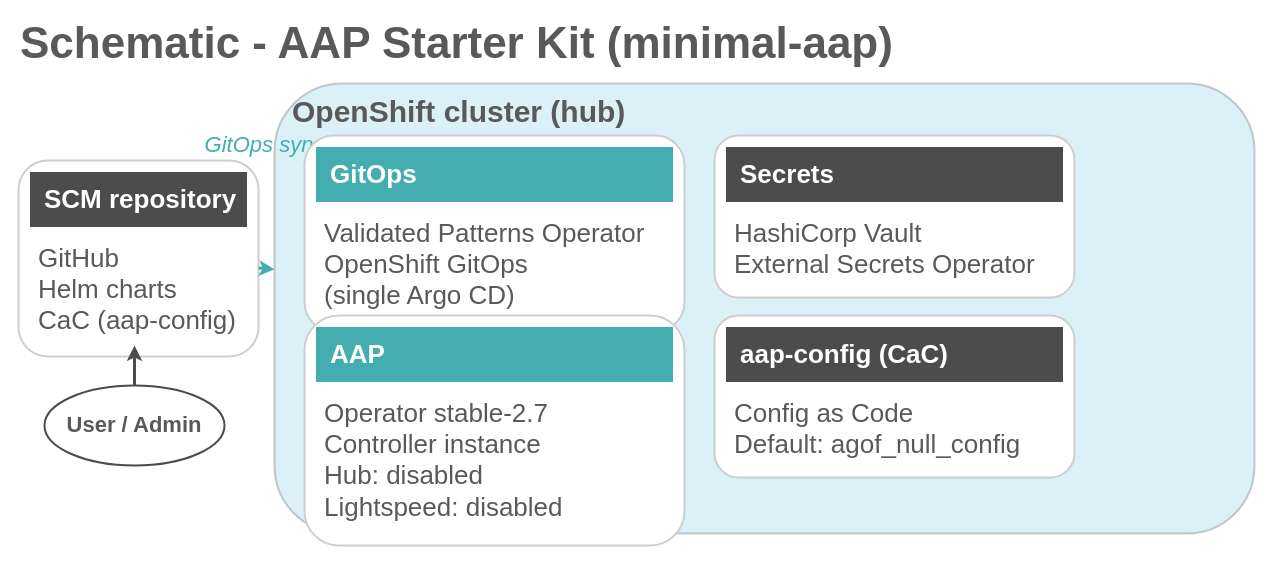
validatedpatterns/docs keeps this draw.io diagram as static/images/aap-starter-kit/aap-architecture-minimal-aap.drawio. Above is the earlier version. Source tidied: cells renumbered, new cells numbered last; positions are measured from the earlier drawing's top-left corner, leaving out a move shared by most shapes. Both pictures are drawn from the tidied source at 100%, with x=0, y=0 at pixel (18, 21).
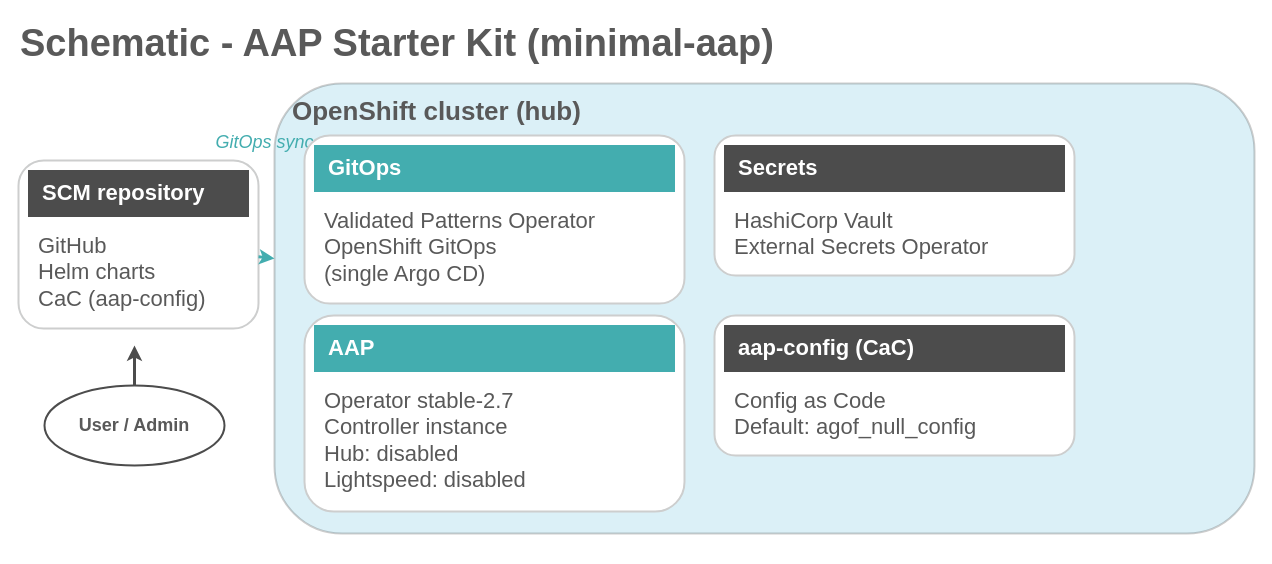
The same diagram, later.

Commit message (it also covers changes not shown here):
Regenerate architecture diagrams

Diff of the diagram source:
```diff
@@
-    <mxCell id="2" value="&lt;b&gt;Schematic - AAP Starter Kit (minimal-aap)&lt;/b&gt;" style="text;html=1;strokeColor=none;fillColor=none;align=left;verticalAlign=middle;fontFamily=Red Hat Text;fontSize=44;fontColor=#595959;fontStyle=1;" parent="1" vertex="1">
+    <mxCell id="2" value="&lt;b&gt;Schematic - AAP Starter Kit (minimal-aap)&lt;/b&gt;" style="text;html=1;strokeColor=none;fillColor=none;align=left;verticalAlign=middle;fontFamily=Red Hat Text;fontSize=38;fontColor=#595959;fontStyle=1;" parent="1" vertex="1">
       <mxGeometry width="1200" height="44" as="geometry" />
     </mxCell>
@@
-    <mxCell id="4" value="&lt;b&gt;OpenShift cluster (hub)&lt;/b&gt;" style="text;html=1;strokeColor=none;fillColor=none;align=left;verticalAlign=middle;fontFamily=Red Hat Text;fontSize=30;fontColor=#595959;fontStyle=1;" parent="1" vertex="1">
+    <mxCell id="4" value="&lt;b&gt;OpenShift cluster (hub)&lt;/b&gt;" style="text;html=1;strokeColor=none;fillColor=none;align=left;verticalAlign=middle;fontFamily=Red Hat Text;fontSize=26;fontColor=#595959;fontStyle=1;" parent="1" vertex="1">
       <mxGeometry x="272" y="72" width="480" height="36" as="geometry" />
     </mxCell>
     <mxCell id="5" style="rounded=1;whiteSpace=wrap;html=1;fillColor=#FFFFFF;strokeColor=#CDCECE;strokeWidth=2;shadow=0;" parent="1" vertex="1">
-      <mxGeometry y="139" width="240" height="196" as="geometry" />
+      <mxGeometry y="139" width="240" height="168" as="geometry" />
     </mxCell>
-    <mxCell id="6" value="&lt;b&gt;SCM repository&lt;/b&gt;" style="rounded=0;whiteSpace=wrap;html=1;fillColor=#4C4C4C;strokeColor=#4C4C4C;fontColor=#FFFFFF;fontFamily=Red Hat Text;fontSize=26;align=left;spacingLeft=12;verticalAlign=middle;fontStyle=1;" parent="1" vertex="1">
-      <mxGeometry x="12" y="151" width="216" height="54" as="geometry" />
+    <mxCell id="6" value="&lt;b&gt;SCM repository&lt;/b&gt;" style="rounded=0;whiteSpace=wrap;html=1;fillColor=#4C4C4C;strokeColor=#4C4C4C;fontColor=#FFFFFF;fontFamily=Red Hat Text;fontSize=22;align=left;spacingLeft=12;verticalAlign=middle;fontStyle=1;" parent="1" vertex="1">
+      <mxGeometry x="10" y="149" width="220" height="46" as="geometry" />
     </mxCell>
-    <mxCell id="7" value="GitHub&#10;Helm charts&#10;CaC (aap-config)" style="text;html=1;strokeColor=none;fillColor=none;align=left;verticalAlign=top;whiteSpace=wrap;rounded=0;fontFamily=Red Hat Text;fontSize=26;fontColor=#595959;spacingLeft=4;spacingTop=2;" parent="1" vertex="1">
-      <mxGeometry x="14" y="213" width="212" height="114" as="geometry" />
+    <mxCell id="7" value="GitHub&#10;Helm charts&#10;CaC (aap-config)" style="text;html=1;strokeColor=none;fillColor=none;align=left;verticalAlign=top;whiteSpace=wrap;rounded=0;fontFamily=Red Hat Text;fontSize=22;fontColor=#595959;spacingLeft=4;spacingTop=2;" parent="1" vertex="1">
+      <mxGeometry x="14" y="203" width="212" height="96" as="geometry" />
     </mxCell>
-    <mxCell id="8" value="User / Admin" style="shape=ellipse;whiteSpace=wrap;html=1;fillColor=#FFFFFF;strokeColor=#4C4C4C;strokeWidth=2;fontFamily=Red Hat Text;fontSize=22;fontColor=#595959;fontStyle=1;" parent="1" vertex="1">
+    <mxCell id="8" value="User / Admin" style="shape=ellipse;whiteSpace=wrap;html=1;fillColor=#FFFFFF;strokeColor=#4C4C4C;strokeWidth=2;fontFamily=Red Hat Text;fontSize=18;fontColor=#595959;fontStyle=1;" parent="1" vertex="1">
       <mxGeometry x="26" y="364" width="180" height="80" as="geometry" />
     </mxCell>
@@
-    <mxCell id="11" value="GitOps sync" style="text;html=1;strokeColor=none;fillColor=none;align=center;fontFamily=Red Hat Text;fontSize=22;fontColor=#43ADAF;fontStyle=2;" parent="1" vertex="1">
+    <mxCell id="11" value="GitOps sync" style="text;html=1;strokeColor=none;fillColor=none;align=center;fontFamily=Red Hat Text;fontSize=18;fontColor=#43ADAF;fontStyle=2;" parent="1" vertex="1">
       <mxGeometry x="176" y="104" width="140" height="30" as="geometry" />
     </mxCell>
     <mxCell id="12" style="rounded=1;whiteSpace=wrap;html=1;fillColor=#FFFFFF;strokeColor=#CDCECE;strokeWidth=2;shadow=0;" parent="1" vertex="1">
-      <mxGeometry x="286" y="114" width="380" height="196" as="geometry" />
+      <mxGeometry x="286" y="114" width="380" height="168" as="geometry" />
     </mxCell>
-    <mxCell id="13" value="&lt;b&gt;GitOps&lt;/b&gt;" style="rounded=0;whiteSpace=wrap;html=1;fillColor=#43ADAF;strokeColor=#43ADAF;fontColor=#FFFFFF;fontFamily=Red Hat Text;fontSize=26;align=left;spacingLeft=12;verticalAlign=middle;fontStyle=1;" parent="1" vertex="1">
-      <mxGeometry x="298" y="126" width="356" height="54" as="geometry" />
+    <mxCell id="13" value="&lt;b&gt;GitOps&lt;/b&gt;" style="rounded=0;whiteSpace=wrap;html=1;fillColor=#43ADAF;strokeColor=#43ADAF;fontColor=#FFFFFF;fontFamily=Red Hat Text;fontSize=22;align=left;spacingLeft=12;verticalAlign=middle;fontStyle=1;" parent="1" vertex="1">
+      <mxGeometry x="296" y="124" width="360" height="46" as="geometry" />
     </mxCell>
-    <mxCell id="14" value="Validated Patterns Operator&#10;OpenShift GitOps&#10;(single Argo CD)" style="text;html=1;strokeColor=none;fillColor=none;align=left;verticalAlign=top;whiteSpace=wrap;rounded=0;fontFamily=Red Hat Text;fontSize=26;fontColor=#595959;spacingLeft=4;spacingTop=2;" parent="1" vertex="1">
-      <mxGeometry x="300" y="188" width="352" height="114" as="geometry" />
+    <mxCell id="14" value="Validated Patterns Operator&#10;OpenShift GitOps&#10;(single Argo CD)" style="text;html=1;strokeColor=none;fillColor=none;align=left;verticalAlign=top;whiteSpace=wrap;rounded=0;fontFamily=Red Hat Text;fontSize=22;fontColor=#595959;spacingLeft=4;spacingTop=2;" parent="1" vertex="1">
+      <mxGeometry x="300" y="178" width="352" height="96" as="geometry" />
     </mxCell>
     <mxCell id="15" style="rounded=1;whiteSpace=wrap;html=1;fillColor=#FFFFFF;strokeColor=#CDCECE;strokeWidth=2;shadow=0;" parent="1" vertex="1">
-      <mxGeometry x="696" y="114" width="360" height="162" as="geometry" />
+      <mxGeometry x="696" y="114" width="360" height="140" as="geometry" />
     </mxCell>
-    <mxCell id="16" value="&lt;b&gt;Secrets&lt;/b&gt;" style="rounded=0;whiteSpace=wrap;html=1;fillColor=#4C4C4C;strokeColor=#4C4C4C;fontColor=#FFFFFF;fontFamily=Red Hat Text;fontSize=26;align=left;spacingLeft=12;verticalAlign=middle;fontStyle=1;" parent="1" vertex="1">
-      <mxGeometry x="708" y="126" width="336" height="54" as="geometry" />
+    <mxCell id="16" value="&lt;b&gt;Secrets&lt;/b&gt;" style="rounded=0;whiteSpace=wrap;html=1;fillColor=#4C4C4C;strokeColor=#4C4C4C;fontColor=#FFFFFF;fontFamily=Red Hat Text;fontSize=22;align=left;spacingLeft=12;verticalAlign=middle;fontStyle=1;" parent="1" vertex="1">
+      <mxGeometry x="706" y="124" width="340" height="46" as="geometry" />
     </mxCell>
-    <mxCell id="17" value="HashiCorp Vault&#10;External Secrets Operator" style="text;html=1;strokeColor=none;fillColor=none;align=left;verticalAlign=top;whiteSpace=wrap;rounded=0;fontFamily=Red Hat Text;fontSize=26;fontColor=#595959;spacingLeft=4;spacingTop=2;" parent="1" vertex="1">
-      <mxGeometry x="710" y="188" width="332" height="80" as="geometry" />
+    <mxCell id="17" value="HashiCorp Vault&#10;External Secrets Operator" style="text;html=1;strokeColor=none;fillColor=none;align=left;verticalAlign=top;whiteSpace=wrap;rounded=0;fontFamily=Red Hat Text;fontSize=22;fontColor=#595959;spacingLeft=4;spacingTop=2;" parent="1" vertex="1">
+      <mxGeometry x="710" y="178" width="332" height="68" as="geometry" />
     </mxCell>
     <mxCell id="18" style="rounded=1;whiteSpace=wrap;html=1;fillColor=#FFFFFF;strokeColor=#CDCECE;strokeWidth=2;shadow=0;" parent="1" vertex="1">
-      <mxGeometry x="286" y="294" width="380" height="230" as="geometry" />
+      <mxGeometry x="286" y="294" width="380" height="196" as="geometry" />
     </mxCell>
-    <mxCell id="19" value="&lt;b&gt;AAP&lt;/b&gt;" style="rounded=0;whiteSpace=wrap;html=1;fillColor=#43ADAF;strokeColor=#43ADAF;fontColor=#FFFFFF;fontFamily=Red Hat Text;fontSize=26;align=left;spacingLeft=12;verticalAlign=middle;fontStyle=1;" parent="1" vertex="1">
-      <mxGeometry x="298" y="306" width="356" height="54" as="geometry" />
+    <mxCell id="19" value="&lt;b&gt;AAP&lt;/b&gt;" style="rounded=0;whiteSpace=wrap;html=1;fillColor=#43ADAF;strokeColor=#43ADAF;fontColor=#FFFFFF;fontFamily=Red Hat Text;fontSize=22;align=left;spacingLeft=12;verticalAlign=middle;fontStyle=1;" parent="1" vertex="1">
+      <mxGeometry x="296" y="304" width="360" height="46" as="geometry" />
     </mxCell>
-    <mxCell id="20" value="Operator stable-2.7&#10;Controller instance&#10;Hub: disabled&#10;Lightspeed: disabled" style="text;html=1;strokeColor=none;fillColor=none;align=left;verticalAlign=top;whiteSpace=wrap;rounded=0;fontFamily=Red Hat Text;fontSize=26;fontColor=#595959;spacingLeft=4;spacingTop=2;" parent="1" vertex="1">
-      <mxGeometry x="300" y="368" width="352" height="148" as="geometry" />
+    <mxCell id="20" value="Operator stable-2.7&#10;Controller instance&#10;Hub: disabled&#10;Lightspeed: disabled" style="text;html=1;strokeColor=none;fillColor=none;align=left;verticalAlign=top;whiteSpace=wrap;rounded=0;fontFamily=Red Hat Text;fontSize=22;fontColor=#595959;spacingLeft=4;spacingTop=2;" parent="1" vertex="1">
+      <mxGeometry x="300" y="358" width="352" height="124" as="geometry" />
     </mxCell>
     <mxCell id="21" style="rounded=1;whiteSpace=wrap;html=1;fillColor=#FFFFFF;strokeColor=#CDCECE;strokeWidth=2;shadow=0;" parent="1" vertex="1">
-      <mxGeometry x="696" y="294" width="360" height="162" as="geometry" />
+      <mxGeometry x="696" y="294" width="360" height="140" as="geometry" />
     </mxCell>
-    <mxCell id="22" value="&lt;b&gt;aap-config (CaC)&lt;/b&gt;" style="rounded=0;whiteSpace=wrap;html=1;fillColor=#4C4C4C;strokeColor=#4C4C4C;fontColor=#FFFFFF;fontFamily=Red Hat Text;fontSize=26;align=left;spacingLeft=12;verticalAlign=middle;fontStyle=1;" parent="1" vertex="1">
-      <mxGeometry x="708" y="306" width="336" height="54" as="geometry" />
+    <mxCell id="22" value="&lt;b&gt;aap-config (CaC)&lt;/b&gt;" style="rounded=0;whiteSpace=wrap;html=1;fillColor=#4C4C4C;strokeColor=#4C4C4C;fontColor=#FFFFFF;fontFamily=Red Hat Text;fontSize=22;align=left;spacingLeft=12;verticalAlign=middle;fontStyle=1;" parent="1" vertex="1">
+      <mxGeometry x="706" y="304" width="340" height="46" as="geometry" />
     </mxCell>
-    <mxCell id="23" value="Config as Code&#10;Default: agof_null_config" style="text;html=1;strokeColor=none;fillColor=none;align=left;verticalAlign=top;whiteSpace=wrap;rounded=0;fontFamily=Red Hat Text;fontSize=26;fontColor=#595959;spacingLeft=4;spacingTop=2;" parent="1" vertex="1">
-      <mxGeometry x="710" y="368" width="332" height="80" as="geometry" />
+    <mxCell id="23" value="Config as Code&#10;Default: agof_null_config" style="text;html=1;strokeColor=none;fillColor=none;align=left;verticalAlign=top;whiteSpace=wrap;rounded=0;fontFamily=Red Hat Text;fontSize=22;fontColor=#595959;spacingLeft=4;spacingTop=2;" parent="1" vertex="1">
+      <mxGeometry x="710" y="358" width="332" height="68" as="geometry" />
     </mxCell>
```
